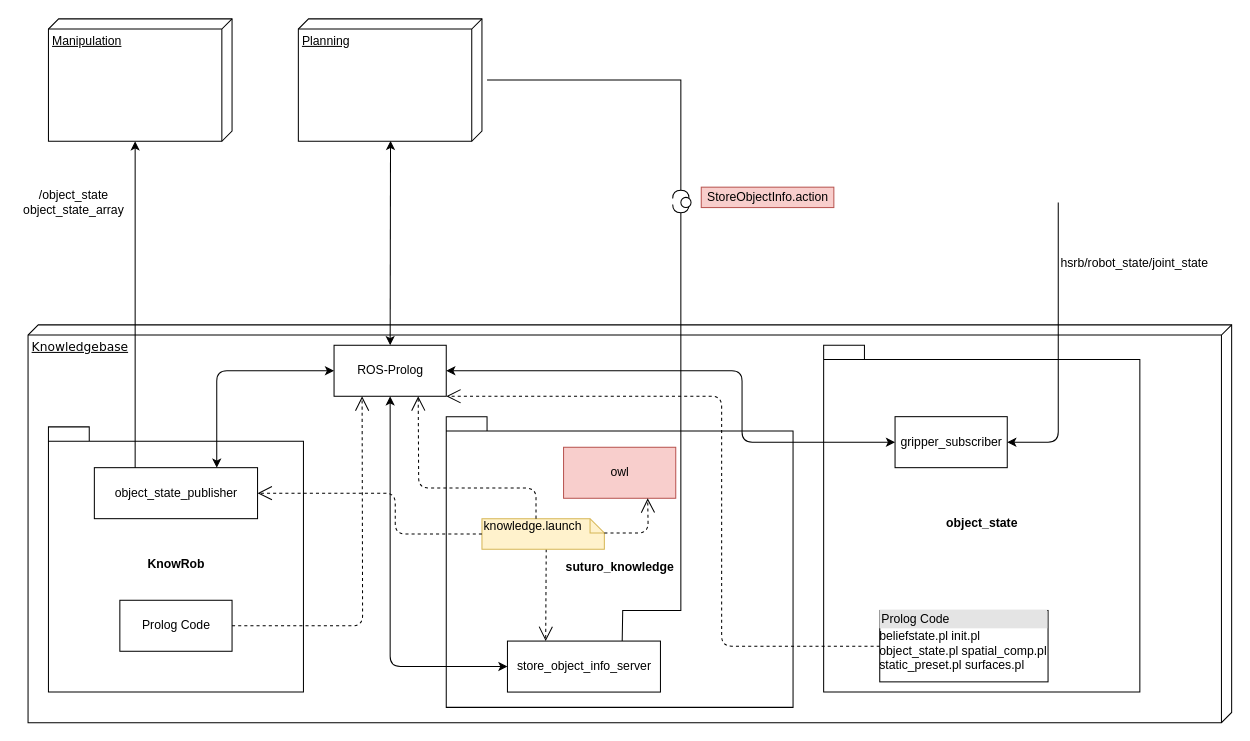
The draw.io diagram architecture/knowledge_architecture/knowledge.drawio in SUTURO/suturo_resources, before the edit. Source tidied: cells renumbered, new cells numbered last; positions are measured from the earlier drawing's top-left corner, leaving out a move shared by most shapes. Both pictures are drawn from the tidied source at 102%, with x=0, y=0 at pixel (17, 18).
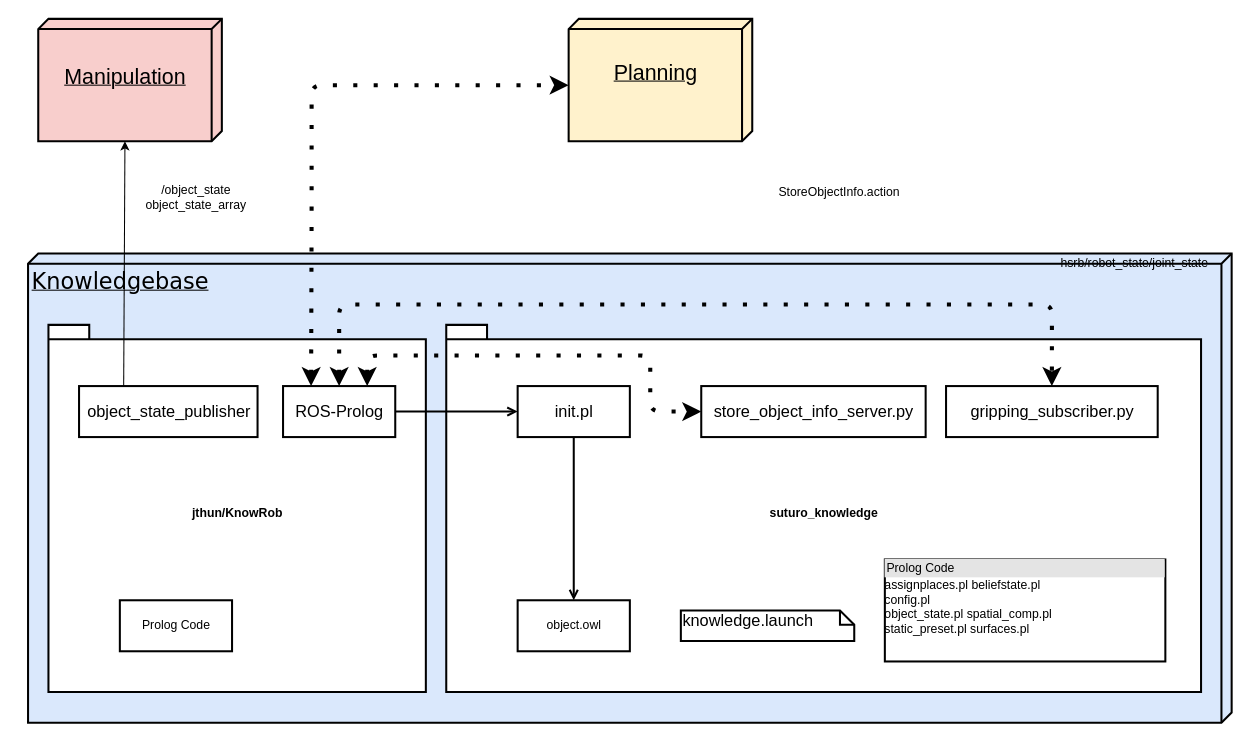
Above is the later version.

Commit message:
update knowledge_architecture

The edit, as a diff of the source:
```diff
@@
-    <mxCell id="2" value="Knowledgebase" style="verticalAlign=top;align=left;spacingTop=8;spacingLeft=2;spacingRight=12;shape=cube;size=10;direction=south;fontStyle=4;html=1;rounded=0;shadow=0;comic=0;labelBackgroundColor=none;strokeWidth=1;fontFamily=Verdana;fontSize=12;" parent="1" vertex="1">
-      <mxGeometry x="10" y="300" width="1180" height="390" as="geometry" />
+    <mxCell id="2" value="&lt;font style=&quot;font-size: 22px&quot;&gt;Knowledgebase&lt;/font&gt;" style="verticalAlign=top;align=left;spacingTop=8;spacingLeft=2;spacingRight=12;shape=cube;size=10;direction=south;fontStyle=4;html=1;rounded=0;shadow=0;comic=0;labelBackgroundColor=none;strokeWidth=2;fontFamily=Verdana;fontSize=12;fillColor=#dae8fc;strokeColor=#000000;" parent="1" vertex="1">
+      <mxGeometry x="10" y="230" width="1180" height="460" as="geometry" />
     </mxCell>
+    <mxCell id="6" value="jthun/KnowRob" style="shape=folder;fontStyle=1;spacingTop=10;tabWidth=40;tabHeight=14;tabPosition=left;html=1;strokeWidth=2;" parent="1" vertex="1">
+      <mxGeometry x="30" y="300" width="370" height="360" as="geometry" />
+    </mxCell>
-    <mxCell id="3" value="suturo_knowledge" style="shape=folder;fontStyle=1;spacingTop=10;tabWidth=40;tabHeight=14;tabPosition=left;html=1;" parent="1" vertex="1">
-      <mxGeometry x="420" y="390" width="340" height="285" as="geometry" />
+    <mxCell id="3" value="suturo_knowledge" style="shape=folder;fontStyle=1;spacingTop=10;tabWidth=40;tabHeight=14;tabPosition=left;html=1;strokeWidth=2;" parent="1" vertex="1">
+      <mxGeometry x="420" y="300" width="740" height="360" as="geometry" />
     </mxCell>
-    <mxCell id="4" style="endArrow=open;endSize=12;dashed=1;html=1;entryX=0.25;entryY=0;entryDx=0;entryDy=0;" parent="1" edge="1" target="15">
-      <mxGeometry x="0.27" y="39" relative="1" as="geometry">
-        <mxPoint x="518" y="520" as="sourcePoint" />
-      </mxGeometry>
-    </mxCell>
-    <mxCell id="5" value="ROS-Prolog" style="html=1;" parent="1" vertex="1">
-      <mxGeometry x="310" y="320" width="110" height="50" as="geometry" />
+    <mxCell id="5" value="&lt;font style=&quot;font-size: 16px&quot;&gt;ROS-Prolog&lt;/font&gt;" style="html=1;strokeWidth=2;" parent="1" vertex="1">
+      <mxGeometry x="260" y="360" width="110" height="50" as="geometry" />
     </mxCell>
-    <mxCell id="6" value="KnowRob&lt;br&gt;" style="shape=folder;fontStyle=1;spacingTop=10;tabWidth=40;tabHeight=14;tabPosition=left;html=1;" parent="1" vertex="1">
-      <mxGeometry x="30" y="400" width="250" height="260" as="geometry" />
-    </mxCell>
-    <mxCell id="7" value="object_state_publisher" style="html=1;" parent="1" vertex="1">
-      <mxGeometry x="75" y="440" width="160" height="50" as="geometry" />
+    <mxCell id="7" value="&lt;font style=&quot;font-size: 16px&quot;&gt;object_state_publisher&lt;/font&gt;" style="html=1;strokeWidth=2;" parent="1" vertex="1">
+      <mxGeometry x="60" y="360" width="175" height="50" as="geometry" />
     </mxCell>
-    <mxCell id="8" style="endArrow=classic;html=1;exitX=0.25;exitY=0;exitDx=0;exitDy=0;" parent="1" edge="1" source="7">
-      <mxGeometry relative="1" as="geometry">
-        <mxPoint x="115" y="120" as="targetPoint" />
-        <Array as="points">
-          <mxPoint x="115" y="140" />
-        </Array>
-      </mxGeometry>
+    <mxCell id="8" style="endArrow=classic;html=1;exitX=0.25;exitY=0;exitDx=0;exitDy=0;entryX=0;entryY=0;entryDx=120;entryDy=95;entryPerimeter=0;" parent="1" edge="1" source="7" target="10">
+      <mxGeometry relative="1" as="geometry" />
     </mxCell>
     <mxCell id="9" value="/object_state&lt;br&gt;object_state_array" style="text;html=1;strokeColor=none;fillColor=none;align=center;verticalAlign=middle;whiteSpace=wrap;rounded=0;" parent="1" vertex="1">
-      <mxGeometry y="170" width="110" height="20" as="geometry" />
+      <mxGeometry x="120" y="165" width="110" height="20" as="geometry" />
     </mxCell>
-    <mxCell id="10" value="Manipulation" style="verticalAlign=top;align=left;spacingTop=8;spacingLeft=2;spacingRight=12;shape=cube;size=10;direction=south;fontStyle=4;html=1;" parent="1" vertex="1">
-      <mxGeometry x="30" width="180" height="120" as="geometry" />
+    <mxCell id="10" value="&lt;font&gt;&lt;font size=&quot;1&quot;&gt;&lt;br&gt;&lt;br&gt;&lt;/font&gt;&lt;span style=&quot;font-size: 21px&quot;&gt;Manipulation&lt;/span&gt;&lt;/font&gt;" style="verticalAlign=top;align=center;spacingTop=8;spacingLeft=2;spacingRight=12;shape=cube;size=10;direction=south;fontStyle=4;html=1;strokeWidth=2;fillColor=#f8cecc;strokeColor=#000000;" parent="1" vertex="1">
+      <mxGeometry x="20" width="180" height="120" as="geometry" />
     </mxCell>
-    <mxCell id="11" value="Planning" style="verticalAlign=top;align=left;spacingTop=8;spacingLeft=2;spacingRight=12;shape=cube;size=10;direction=south;fontStyle=4;html=1;" parent="1" vertex="1">
-      <mxGeometry x="275" width="180" height="120" as="geometry" />
+    <mxCell id="11" value="&lt;font style=&quot;font-size: 21px&quot;&gt;&lt;br&gt;Planning&lt;/font&gt;" style="verticalAlign=top;align=center;spacingTop=8;spacingLeft=2;spacingRight=12;shape=cube;size=10;direction=south;fontStyle=4;html=1;strokeWidth=2;fillColor=#fff2cc;strokeColor=#000000;" parent="1" vertex="1">
+      <mxGeometry x="540" width="180" height="120" as="geometry" />
     </mxCell>
-    <mxCell id="12" style="endArrow=classic;startArrow=classic;html=1;entryX=0.997;entryY=0.498;entryDx=0;entryDy=0;entryPerimeter=0;exitX=0.5;exitY=0;exitDx=0;exitDy=0;" parent="1" edge="1" source="5" target="11">
-      <mxGeometry relative="1" as="geometry" />
+    <mxCell id="12" style="endArrow=classic;startArrow=classic;html=1;entryX=0;entryY=0;entryDx=65;entryDy=180;entryPerimeter=0;exitX=0.25;exitY=0;exitDx=0;exitDy=0;dashed=1;dashPattern=1 4;strokeWidth=4;" parent="1" edge="1" source="5" target="11">
+      <mxGeometry relative="1" as="geometry">
+        <Array as="points">
+          <mxPoint x="288" y="190" />
+          <mxPoint x="288" y="65" />
+        </Array>
+      </mxGeometry>
     </mxCell>
-    <mxCell id="13" style="endArrow=classic;startArrow=classic;html=1;entryX=0;entryY=0.5;entryDx=0;entryDy=0;exitX=0.75;exitY=0;exitDx=0;exitDy=0;" parent="1" edge="1" source="7" target="5">
-      <mxGeometry relative="1" as="geometry">
-        <Array as="points">
-          <mxPoint x="195" y="345" />
-        </Array>
-      </mxGeometry>
-    </mxCell>
-    <mxCell id="14" value="object_state" style="shape=folder;fontStyle=1;spacingTop=10;tabWidth=40;tabHeight=14;tabPosition=left;html=1;" parent="1" vertex="1">
-      <mxGeometry x="790" y="320" width="310" height="340" as="geometry" />
-    </mxCell>
-    <mxCell id="15" value="store_object_info_server" style="html=1;" parent="1" vertex="1">
-      <mxGeometry x="480" y="610" width="150" height="50" as="geometry" />
+    <mxCell id="15" value="&lt;font style=&quot;font-size: 16px&quot;&gt;store_object_info_server.py&lt;/font&gt;" style="html=1;strokeWidth=2;" parent="1" vertex="1">
+      <mxGeometry x="670" y="360" width="220" height="50" as="geometry" />
     </mxCell>
-    <mxCell id="16" style="endArrow=classic;startArrow=classic;html=1;entryX=0;entryY=0.5;entryDx=0;entryDy=0;exitX=0.5;exitY=1;exitDx=0;exitDy=0;" parent="1" edge="1" source="5" target="15">
-      <mxGeometry relative="1" as="geometry">
-        <Array as="points">
-          <mxPoint x="365" y="635" />
-        </Array>
-      </mxGeometry>
-    </mxCell>
-    <mxCell id="17" value="knowledge.launch" style="shape=note;whiteSpace=wrap;html=1;size=14;verticalAlign=top;align=left;spacingTop=-6;fillColor=#fff2cc;strokeColor=#d6b656;" parent="1" vertex="1">
-      <mxGeometry x="455" y="490" width="120" height="30" as="geometry" />
+    <mxCell id="17" value="&lt;font style=&quot;font-size: 16px&quot;&gt;knowledge.launch&lt;/font&gt;" style="shape=note;whiteSpace=wrap;html=1;size=14;verticalAlign=top;align=left;spacingTop=-6;strokeWidth=2;" parent="1" vertex="1">
+      <mxGeometry x="650" y="580" width="170" height="30" as="geometry" />
     </mxCell>
-    <mxCell id="18" value="&lt;div style=&quot;box-sizing: border-box ; width: 100% ; background: #e4e4e4 ; padding: 2px&quot;&gt;Prolog Code&lt;/div&gt;beliefstate.pl init.pl&lt;br&gt;object_state.pl spatial_comp.pl&lt;br&gt;static_preset.pl surfaces.pl" style="verticalAlign=top;align=left;overflow=fill;html=1;" parent="1" vertex="1">
-      <mxGeometry x="845" y="580" width="165" height="70" as="geometry" />
+    <mxCell id="18" value="&lt;div style=&quot;box-sizing: border-box ; width: 100% ; background: #e4e4e4 ; padding: 2px&quot;&gt;Prolog Code&lt;/div&gt;assignplaces.pl beliefstate.pl&lt;br&gt;config.pl&lt;br&gt;object_state.pl spatial_comp.pl&lt;br&gt;static_preset.pl surfaces.pl" style="verticalAlign=top;align=left;overflow=fill;html=1;strokeWidth=2;" parent="1" vertex="1">
+      <mxGeometry x="850" y="530" width="275" height="100" as="geometry" />
     </mxCell>
-    <mxCell id="19" style="endArrow=open;endSize=12;dashed=1;html=1;entryX=1;entryY=0.5;entryDx=0;entryDy=0;exitX=0;exitY=0.5;exitDx=0;exitDy=0;exitPerimeter=0;" parent="1" edge="1" source="17" target="7">
-      <mxGeometry x="-0.29" y="-43" relative="1" as="geometry">
-        <Array as="points">
-          <mxPoint x="370" y="505" />
-          <mxPoint x="370" y="465" />
-        </Array>
-      </mxGeometry>
-    </mxCell>
-    <mxCell id="20" style="endArrow=open;endSize=12;dashed=1;html=1;exitX=0;exitY=0;exitDx=53;exitDy=0;exitPerimeter=0;entryX=0.75;entryY=1;entryDx=0;entryDy=0;" parent="1" edge="1" source="17" target="5">
-      <mxGeometry x="0.27" y="39" relative="1" as="geometry">
-        <Array as="points">
-          <mxPoint x="508" y="460" />
-          <mxPoint x="393" y="460" />
-        </Array>
-      </mxGeometry>
-    </mxCell>
-    <mxCell id="21" value="gripper_subscriber" style="html=1;" parent="1" vertex="1">
-      <mxGeometry x="860" y="390" width="110" height="50" as="geometry" />
+    <mxCell id="21" value="&lt;font style=&quot;font-size: 16px&quot;&gt;gripping_subscriber.py&lt;/font&gt;" style="html=1;strokeWidth=2;" parent="1" vertex="1">
+      <mxGeometry x="910" y="360" width="207.5" height="50" as="geometry" />
     </mxCell>
+    <mxCell id="24" value="object.owl" style="html=1;strokeWidth=2;" parent="1" vertex="1">
+      <mxGeometry x="490" y="570" width="110" height="50" as="geometry" />
+    </mxCell>
+    <mxCell id="26" value="Prolog Code" style="html=1;strokeWidth=2;" parent="1" vertex="1">
+      <mxGeometry x="100" y="570" width="110" height="50" as="geometry" />
+    </mxCell>
+    <mxCell id="28" value="hsrb/robot_state/joint_state" style="text;html=1;strokeColor=none;fillColor=none;align=center;verticalAlign=middle;whiteSpace=wrap;rounded=0;" parent="1" vertex="1">
+      <mxGeometry x="1020" y="230" width="150" height="20" as="geometry" />
+    </mxCell>
+    <mxCell id="33" value="StoreObjectInfo.action" style="text;html=1;align=center;verticalAlign=middle;" parent="1" vertex="1">
+      <mxGeometry x="740" y="160" width="130" height="20" as="geometry" />
+    </mxCell>
+    <mxCell id="34" value="&lt;font style=&quot;font-size: 16px&quot;&gt;init.pl&lt;/font&gt;" style="html=1;strokeWidth=2;" parent="1" vertex="1">
+      <mxGeometry x="490" y="360" width="110" height="50" as="geometry" />
+    </mxCell>
+    <mxCell id="35" style="endArrow=open;startArrow=none;html=1;entryX=0;entryY=0.5;entryDx=0;entryDy=0;exitX=1;exitY=0.5;exitDx=0;exitDy=0;startFill=0;strokeWidth=2;endFill=0;" parent="1" edge="1" source="5" target="34">
+      <mxGeometry relative="1" as="geometry">
+        <Array as="points">
+          <mxPoint x="440" y="385" />
+        </Array>
+      </mxGeometry>
+    </mxCell>
+    <mxCell id="36" style="endArrow=open;startArrow=none;html=1;entryX=0.5;entryY=0;entryDx=0;entryDy=0;exitX=0.5;exitY=1;exitDx=0;exitDy=0;startFill=0;strokeWidth=2;endFill=0;" parent="1" edge="1" source="34" target="24">
+      <mxGeometry relative="1" as="geometry" />
+    </mxCell>
+    <mxCell id="16" style="endArrow=classic;startArrow=classic;html=1;entryX=0;entryY=0.5;entryDx=0;entryDy=0;exitX=0.75;exitY=0;exitDx=0;exitDy=0;dashed=1;dashPattern=1 4;strokeWidth=4;edgeStyle=orthogonalEdgeStyle;" parent="1" edge="1" source="5" target="15">
+      <mxGeometry relative="1" as="geometry">
+        <Array as="points">
+          <mxPoint x="343" y="330" />
+          <mxPoint x="620" y="330" />
+          <mxPoint x="620" y="385" />
+        </Array>
+      </mxGeometry>
+    </mxCell>
-    <mxCell id="22" style="endArrow=classic;startArrow=classic;html=1;entryX=0;entryY=0.5;entryDx=0;entryDy=0;exitX=1;exitY=0.5;exitDx=0;exitDy=0;" parent="1" edge="1" source="5" target="21">
+    <mxCell id="22" style="endArrow=classic;startArrow=classic;html=1;entryX=0.5;entryY=0;entryDx=0;entryDy=0;dashed=1;dashPattern=1 4;strokeWidth=4;edgeStyle=orthogonalEdgeStyle;exitX=0.5;exitY=0;exitDx=0;exitDy=0;" parent="1" edge="1" source="5" target="21">
       <mxGeometry relative="1" as="geometry">
         <Array as="points">
-          <mxPoint x="710" y="345" />
-          <mxPoint x="710" y="415" />
+          <mxPoint x="315" y="280" />
+          <mxPoint x="1014" y="280" />
         </Array>
       </mxGeometry>
     </mxCell>
-    <mxCell id="23" style="endArrow=classic;html=1;entryX=1;entryY=0.5;entryDx=0;entryDy=0;" parent="1" edge="1" target="21">
-      <mxGeometry relative="1" as="geometry">
-        <mxPoint x="1020" y="180" as="sourcePoint" />
-        <Array as="points">
-          <mxPoint x="1020" y="415" />
-        </Array>
-      </mxGeometry>
-    </mxCell>
-    <mxCell id="24" value="owl" style="html=1;fillColor=#f8cecc;strokeColor=#b85450;" parent="1" vertex="1">
-      <mxGeometry x="535" y="420" width="110" height="50" as="geometry" />
-    </mxCell>
-    <mxCell id="25" style="endArrow=open;endSize=12;dashed=1;html=1;entryX=0.75;entryY=1;entryDx=0;entryDy=0;exitX=0;exitY=0;exitDx=120;exitDy=14;exitPerimeter=0;" parent="1" edge="1" source="17" target="24">
-      <mxGeometry x="1" y="220" relative="1" as="geometry">
-        <Array as="points">
-          <mxPoint x="618" y="504" />
-        </Array>
-        <mxPoint x="169" y="214" as="offset" />
-      </mxGeometry>
-    </mxCell>
-    <mxCell id="26" value="Prolog Code" style="html=1;" parent="1" vertex="1">
-      <mxGeometry x="100" y="570" width="110" height="50" as="geometry" />
-    </mxCell>
-    <mxCell id="27" style="endArrow=open;endSize=12;dashed=1;html=1;entryX=0.25;entryY=1;entryDx=0;entryDy=0;exitX=1;exitY=0.5;exitDx=0;exitDy=0;" parent="1" edge="1" source="26" target="5">
-      <mxGeometry x="-0.91" y="-170" relative="1" as="geometry">
-        <Array as="points">
-          <mxPoint x="338" y="595" />
-        </Array>
-      </mxGeometry>
-    </mxCell>
-    <mxCell id="28" value="hsrb/robot_state/joint_state" style="text;html=1;strokeColor=none;fillColor=none;align=center;verticalAlign=middle;whiteSpace=wrap;rounded=0;" parent="1" vertex="1">
-      <mxGeometry x="1020" y="230" width="150" height="20" as="geometry" />
-    </mxCell>
-    <mxCell id="29" style="endArrow=open;endSize=12;dashed=1;html=1;entryX=1;entryY=1;entryDx=0;entryDy=0;exitX=0;exitY=0.5;exitDx=0;exitDy=0;" parent="1" edge="1" source="18" target="5">
-      <mxGeometry x="-0.91" y="-170" relative="1" as="geometry">
-        <Array as="points">
-          <mxPoint x="690" y="615" />
-          <mxPoint x="690" y="370" />
-        </Array>
-      </mxGeometry>
-    </mxCell>
-    <mxCell id="30" style="rounded=0;jettySize=auto;html=1;endArrow=halfCircle;endFill=0;endSize=6;strokeWidth=1;exitX=0.75;exitY=0;exitDx=0;exitDy=0;entryX=0;entryY=0.7;entryDx=0;entryDy=0;entryPerimeter=0;" parent="1" edge="1" source="15" target="32">
-      <mxGeometry relative="1" as="geometry">
-        <Array as="points">
-          <mxPoint x="593" y="580" />
-          <mxPoint x="650" y="580" />
-        </Array>
-      </mxGeometry>
-    </mxCell>
-    <mxCell id="31" style="rounded=0;jettySize=auto;html=1;endArrow=halfCircle;endFill=0;entryX=0;entryY=0.1;entryDx=0;entryDy=0;endSize=6;strokeWidth=1;entryPerimeter=0;" parent="1" edge="1" target="32">
-      <mxGeometry relative="1" as="geometry">
-        <mxPoint x="460" y="60" as="sourcePoint" />
-        <Array as="points">
-          <mxPoint x="650" y="60" />
-        </Array>
-      </mxGeometry>
-    </mxCell>
-    <mxCell id="32" style="ellipse;whiteSpace=wrap;html=1;fontFamily=Helvetica;fontSize=12;fontColor=#000000;align=center;strokeColor=#000000;fillColor=#ffffff;points=[];" parent="1" vertex="1">
-      <mxGeometry x="650" y="175" width="10" height="10" as="geometry" />
-    </mxCell>
-    <mxCell id="33" value="StoreObjectInfo.action" style="text;html=1;align=center;verticalAlign=middle;fillColor=#f8cecc;strokeColor=#b85450;" parent="1" vertex="1">
-      <mxGeometry x="670" y="165" width="130" height="20" as="geometry" />
-    </mxCell>
```
